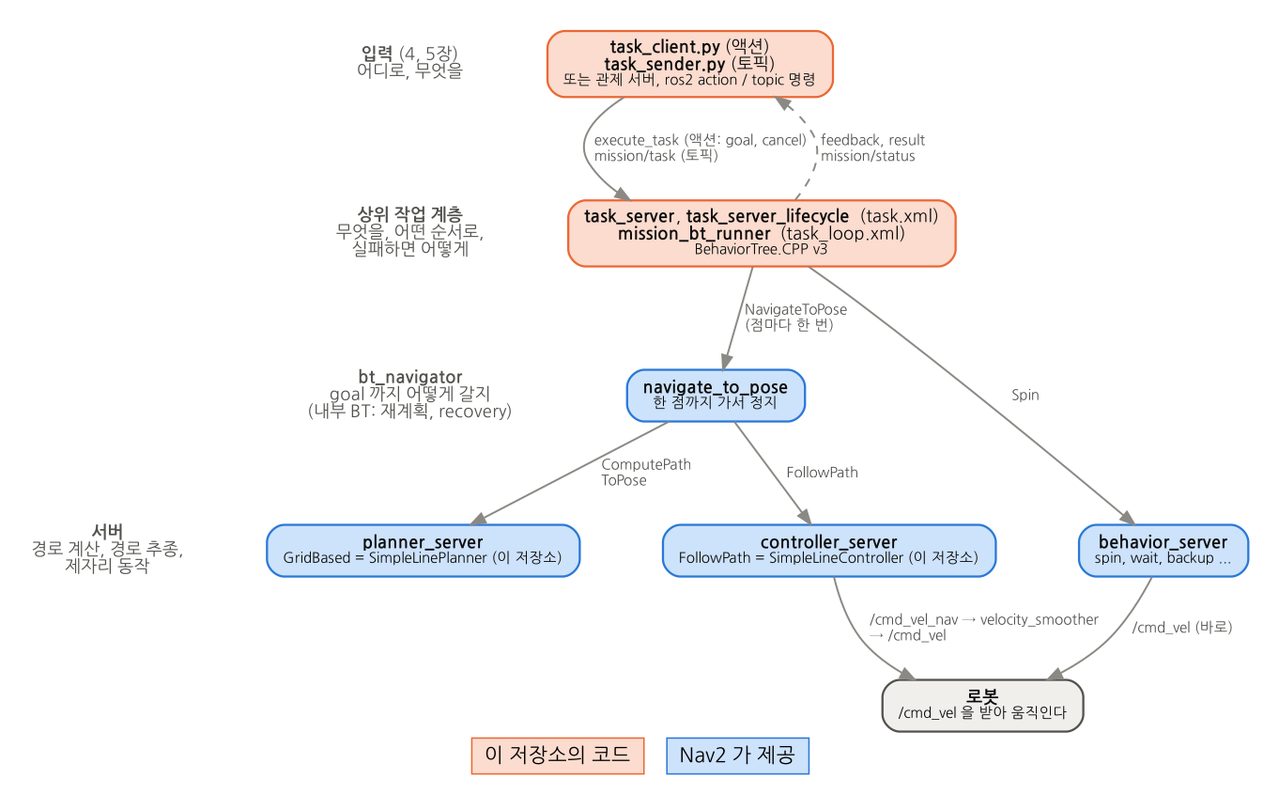
Above: bt_navigator/bt_mission/doc/layers.png in 1-roro/nav2_dwb (Graphviz), before the change. Its source is kept beside it as bt_navigator/bt_mission/doc/layers.dot.
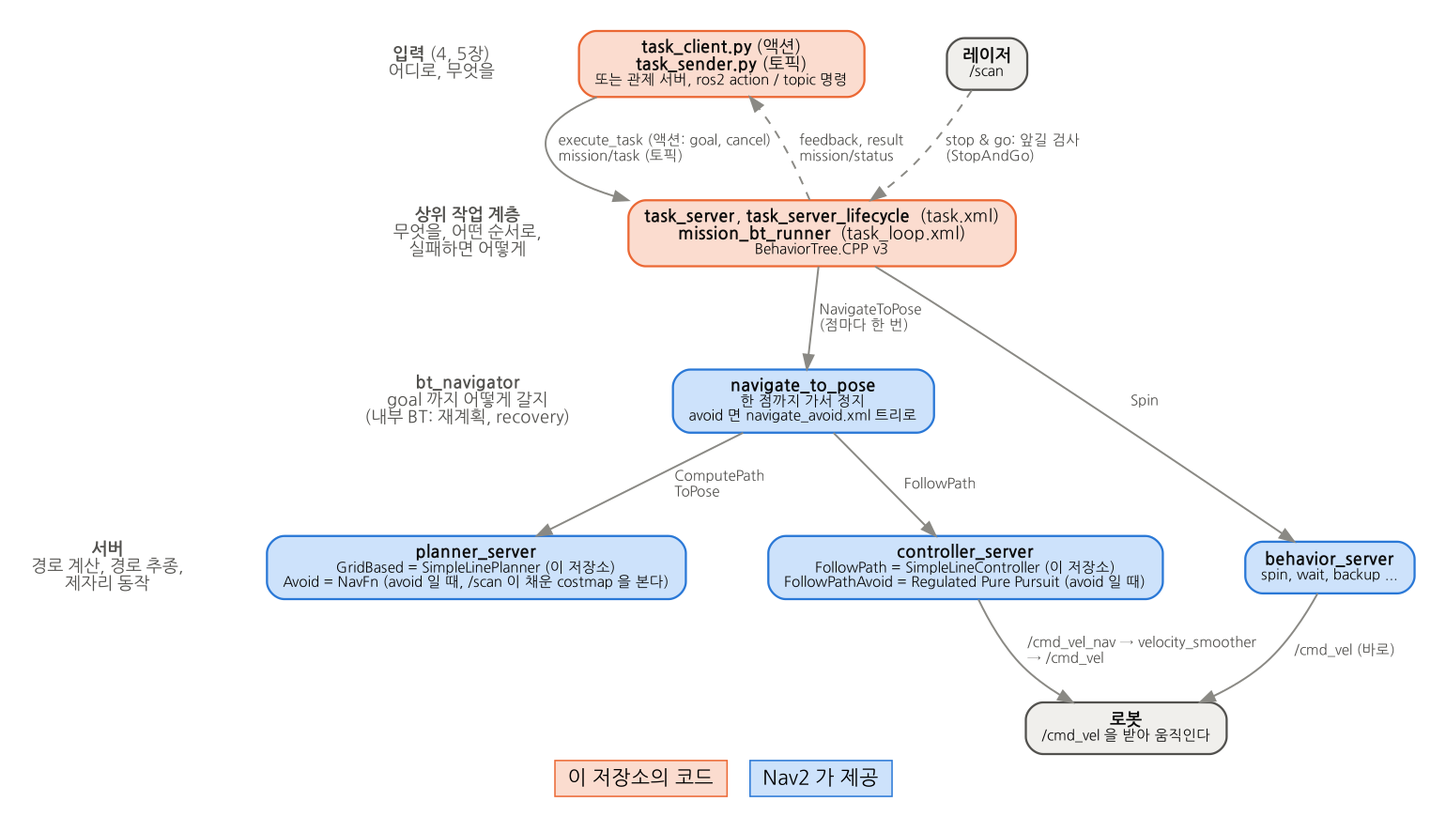
The same file after the commit.

What changed in the source:
```diff
@@ -20,18 +20,20 @@
       fillcolor="#fbdccf", color="#eb6834"];
   bt [label=<<b>task_server</b>, <b>task_server_lifecycle</b>  (task.xml)<br/><b>mission_bt_runner</b>  (task_loop.xml)<br/><font point-size="10">BehaviorTree.CPP v3</font>>,
       fillcolor="#fbdccf", color="#eb6834"];
-  nt [label=<<b>navigate_to_pose</b><br/><font point-size="10">한 점까지 가서 정지</font>>,
+  nt [label=<<b>navigate_to_pose</b><br/><font point-size="10">한 점까지 가서 정지<br/>avoid 면 navigate_avoid.xml 트리로</font>>,
       fillcolor="#cde2fb", color="#2a78d6"];
-  planner [label=<<b>planner_server</b><br/><font point-size="10">GridBased = SimpleLinePlanner (이 저장소)</font>>,
+  planner [label=<<b>planner_server</b><br/><font point-size="10">GridBased = SimpleLinePlanner (이 저장소)<br/>Avoid = NavFn (avoid 일 때, /scan 이 채운 costmap 을 본다)</font>>,
            fillcolor="#cde2fb", color="#2a78d6"];
-  controller [label=<<b>controller_server</b><br/><font point-size="10">FollowPath = SimpleLineController (이 저장소)</font>>,
+  controller [label=<<b>controller_server</b><br/><font point-size="10">FollowPath = SimpleLineController (이 저장소)<br/>FollowPathAvoid = Regulated Pure Pursuit (avoid 일 때)</font>>,
               fillcolor="#cde2fb", color="#2a78d6"];
   behavior [label=<<b>behavior_server</b><br/><font point-size="10">spin, wait, backup ...</font>>,
             fillcolor="#cde2fb", color="#2a78d6"];
   robot [label=<<b>로봇</b><br/><font point-size="10">/cmd_vel 을 받아 움직인다</font>>,
          fillcolor="#f0efec", color="#52514e"];
+  laser [label=<<b>레이저</b><br/><font point-size="10">/scan</font>>,
+         fillcolor="#f0efec", color="#52514e"];
 
-  {rank=same; L0; ts}
+  {rank=same; L0; ts; laser}
   {rank=same; L1; bt}
   {rank=same; L2; nt}
   {rank=same; L3; planner; controller; behavior}
@@ -40,6 +42,7 @@
   L1 -> bt [style=invis];
   L2 -> nt [style=invis];
   L3 -> planner -> controller -> behavior [style=invis];
+  ts -> laser [style=invis];
 
   ts -> bt [label=" execute_task (액션: goal, cancel)\l mission/task (토픽)\l"];
   bt -> ts [style=dashed, label=" feedback, result\l mission/status\l"];
@@ -49,4 +52,5 @@
   nt -> controller [label=" FollowPath"];
   controller -> robot [label=" /cmd_vel_nav → velocity_smoother\l → /cmd_vel\l"];
   behavior -> robot [label=" /cmd_vel (바로)"];
+  laser -> bt [style=dashed, label=" stop & go: 앞길 검사\l (StopAndGo)\l"];
 }
```
